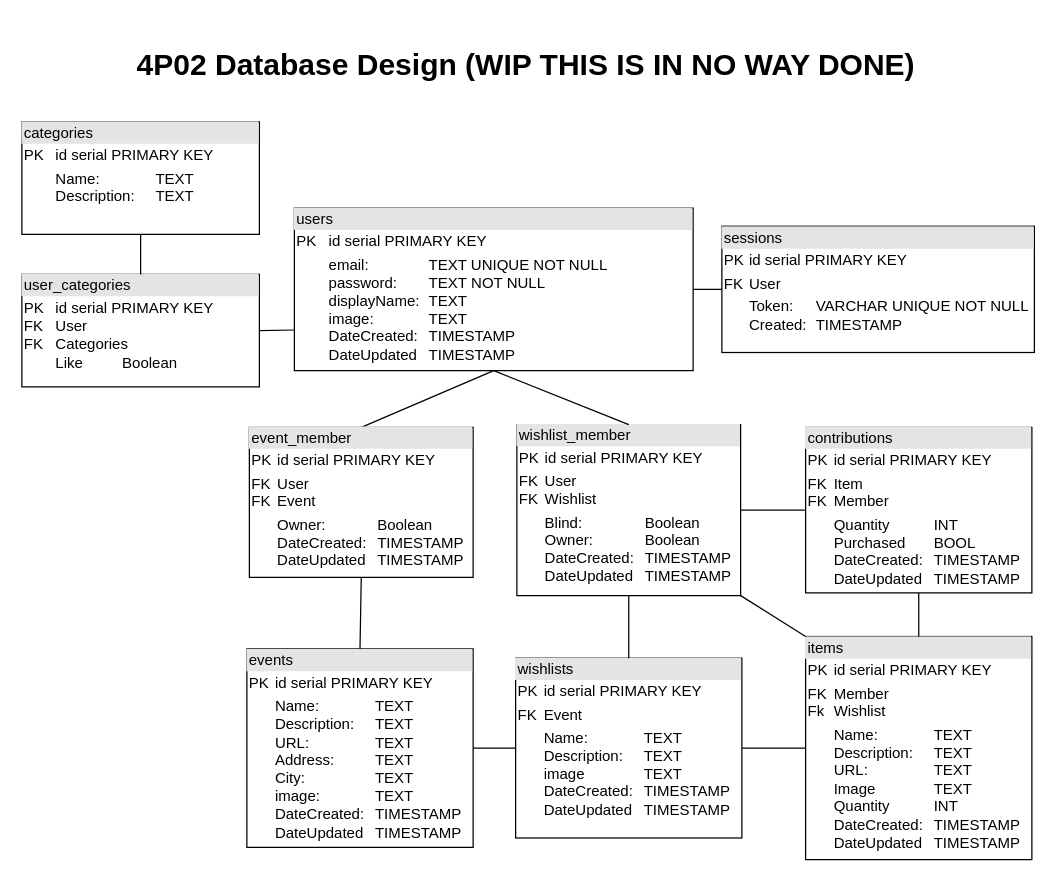
This is backend/4P02-Database-UML.drawio from Nicholas-Parise/4P02-course-project, a draw.io file, before an edit. Source tidied: cells renumbered, new cells numbered last; positions are measured from the earlier drawing's top-left corner, leaving out a move shared by most shapes. Both pictures are drawn from the tidied source at 125%, with x=0, y=0 at pixel (21, 21).
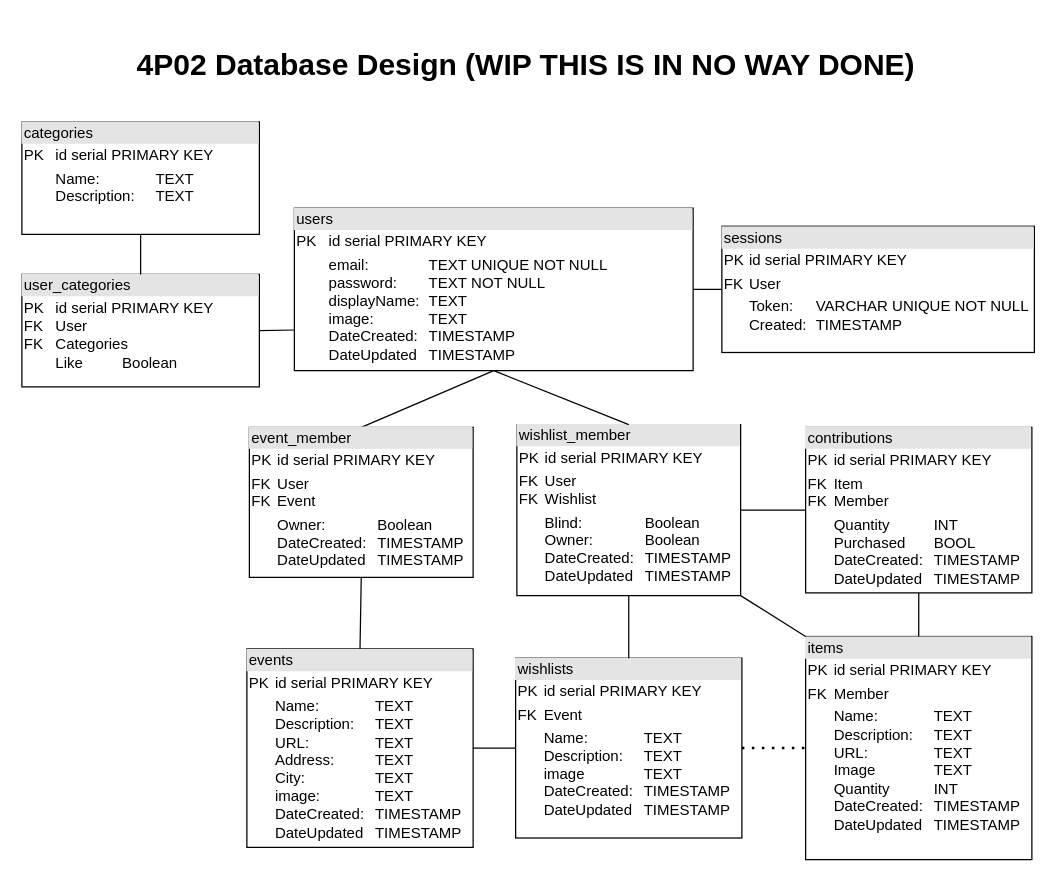
Above is the later version.

The change refers to these unchanged cells:
```xml
<mxCell id="16" value="&lt;div style=&quot;box-sizing: border-box; width: 100%; background: rgb(228, 228, 228); padding: 2px;&quot;&gt;wishlists&lt;/div&gt;&lt;table style=&quot;width:100%;font-size:1em;&quot; cellpadding=&quot;2&quot; cellspacing=&quot;0&quot;&gt;&lt;tbody&gt;&lt;tr&gt;&lt;td&gt;PK&lt;/td&gt;&lt;td&gt;id serial PRIMARY KEY&lt;br&gt;&lt;/td&gt;&lt;/tr&gt;&lt;tr&gt;&lt;td&gt;FK&lt;br&gt;&lt;/td&gt;&lt;td&gt;Event&lt;br&gt;&lt;/td&gt;&lt;/tr&gt;&lt;tr&gt;&lt;td&gt;&lt;br&gt;&lt;/td&gt;&lt;td&gt;Name:&lt;span style=&quot;white-space: pre;&quot;&gt;&#9;&lt;span style=&quot;white-space: pre;&quot;&gt;&#9;&lt;/span&gt;&lt;/span&gt;TEXT&lt;br&gt;Description:&lt;span style=&quot;white-space: pre;&quot;&gt;&#9;&lt;/span&gt;TEXT&lt;br&gt;image &lt;span style=&quot;white-space: pre;&quot;&gt;&#9;&lt;/span&gt;&lt;span style=&quot;white-space: pre;&quot;&gt;&#9;&lt;/span&gt;TEXT&lt;br&gt;DateCreated:&lt;span style=&quot;white-space: pre;&quot;&gt;&#9;&lt;/span&gt;TIMESTAMP&lt;br&gt;DateUpdated&lt;span style=&quot;white-space: pre;&quot;&gt;&#9;&lt;/span&gt;TIMESTAMP&lt;br&gt;&lt;br&gt;&lt;/td&gt;&lt;/tr&gt;&lt;/tbody&gt;&lt;/table&gt;" style="verticalAlign=top;align=left;overflow=fill;html=1;whiteSpace=wrap;" parent="1" vertex="1">
  <mxGeometry x="395" y="509" width="181" height="143.9" as="geometry" />
</mxCell>
```

Diff of the diagram source:
```diff
@@
-    <mxCell id="3" value="&lt;div style=&quot;box-sizing: border-box; width: 100%; background: rgb(228, 228, 228); padding: 2px;&quot;&gt;items&lt;/div&gt;&lt;table style=&quot;width:100%;font-size:1em;&quot; cellpadding=&quot;2&quot; cellspacing=&quot;0&quot;&gt;&lt;tbody&gt;&lt;tr&gt;&lt;td&gt;PK&lt;/td&gt;&lt;td&gt;id serial PRIMARY KEY&lt;br&gt;&lt;/td&gt;&lt;/tr&gt;&lt;tr&gt;&lt;td&gt;FK&lt;br&gt;Fk&lt;/td&gt;&lt;td&gt;Member&lt;br&gt;Wishlist&lt;/td&gt;&lt;/tr&gt;&lt;tr&gt;&lt;td&gt;&lt;br&gt;&lt;/td&gt;&lt;td&gt;Name:&lt;span style=&quot;white-space: pre;&quot;&gt;&#9;&lt;span style=&quot;white-space: pre;&quot;&gt;&#9;&lt;/span&gt;&lt;/span&gt;TEXT&lt;br&gt;Description:&lt;span style=&quot;white-space: pre;&quot;&gt;&#9;&lt;/span&gt;TEXT&lt;br&gt;URL:&lt;span style=&quot;white-space: pre;&quot;&gt;&#9;&lt;span style=&quot;white-space: pre;&quot;&gt;&#9;&lt;/span&gt;&lt;/span&gt;TEXT&lt;br&gt;Image&lt;span style=&quot;white-space: pre;&quot;&gt;&#9;&lt;/span&gt;&lt;span style=&quot;white-space: pre;&quot;&gt;&#9;&lt;/span&gt;TEXT&lt;br&gt;Quantity&lt;span style=&quot;white-space: pre;&quot;&gt;&#9;&lt;/span&gt;&lt;span style=&quot;white-space: pre;&quot;&gt;&#9;&lt;/span&gt;INT&lt;br&gt;DateCreated:&lt;span style=&quot;white-space: pre;&quot;&gt;&#9;&lt;/span&gt;TIMESTAMP&lt;br&gt;DateUpdated&lt;span style=&quot;white-space: pre;&quot;&gt;&#9;&lt;/span&gt;TIMESTAMP&lt;/td&gt;&lt;/tr&gt;&lt;/tbody&gt;&lt;/table&gt;" style="verticalAlign=top;align=left;overflow=fill;html=1;whiteSpace=wrap;" parent="1" vertex="1">
+    <mxCell id="3" value="&lt;div style=&quot;box-sizing: border-box; width: 100%; background: rgb(228, 228, 228); padding: 2px;&quot;&gt;items&lt;/div&gt;&lt;table style=&quot;width:100%;font-size:1em;&quot; cellpadding=&quot;2&quot; cellspacing=&quot;0&quot;&gt;&lt;tbody&gt;&lt;tr&gt;&lt;td&gt;PK&lt;/td&gt;&lt;td&gt;id serial PRIMARY KEY&lt;br&gt;&lt;/td&gt;&lt;/tr&gt;&lt;tr&gt;&lt;td&gt;FK&lt;/td&gt;&lt;td&gt;Member&lt;br&gt;&lt;/td&gt;&lt;/tr&gt;&lt;tr&gt;&lt;td&gt;&lt;br&gt;&lt;/td&gt;&lt;td&gt;Name:&lt;span style=&quot;white-space: pre;&quot;&gt;&#9;&lt;span style=&quot;white-space: pre;&quot;&gt;&#9;&lt;/span&gt;&lt;/span&gt;TEXT&lt;br&gt;Description:&lt;span style=&quot;white-space: pre;&quot;&gt;&#9;&lt;/span&gt;TEXT&lt;br&gt;URL:&lt;span style=&quot;white-space: pre;&quot;&gt;&#9;&lt;span style=&quot;white-space: pre;&quot;&gt;&#9;&lt;/span&gt;&lt;/span&gt;TEXT&lt;br&gt;Image&lt;span style=&quot;white-space: pre;&quot;&gt;&#9;&lt;/span&gt;&lt;span style=&quot;white-space: pre;&quot;&gt;&#9;&lt;/span&gt;TEXT&lt;br&gt;Quantity&lt;span style=&quot;white-space: pre;&quot;&gt;&#9;&lt;/span&gt;&lt;span style=&quot;white-space: pre;&quot;&gt;&#9;&lt;/span&gt;INT&lt;br&gt;DateCreated:&lt;span style=&quot;white-space: pre;&quot;&gt;&#9;&lt;/span&gt;TIMESTAMP&lt;br&gt;DateUpdated&lt;span style=&quot;white-space: pre;&quot;&gt;&#9;&lt;/span&gt;TIMESTAMP&lt;/td&gt;&lt;/tr&gt;&lt;/tbody&gt;&lt;/table&gt;" style="verticalAlign=top;align=left;overflow=fill;html=1;whiteSpace=wrap;" parent="1" vertex="1">
       <mxGeometry x="627" y="491.7" width="181" height="178.5" as="geometry" />
     </mxCell>
@@
-    <mxCell id="8" style="endArrow=none;html=1;rounded=0;entryX=1;entryY=0.5;entryDx=0;entryDy=0;exitX=0;exitY=0.5;exitDx=0;exitDy=0;" parent="1" edge="1" source="3" target="16">
-      <mxGeometry relative="1" as="geometry" />
-    </mxCell>
@@
+    <mxCell id="25" style="endArrow=none;dashed=1;html=1;dashPattern=1 3;strokeWidth=2;rounded=0;exitX=1;exitY=0.5;exitDx=0;exitDy=0;entryX=0;entryY=0.5;entryDx=0;entryDy=0;" parent="1" edge="1" source="16" target="3">
+      <mxGeometry relative="1" as="geometry" />
+    </mxCell>
```
